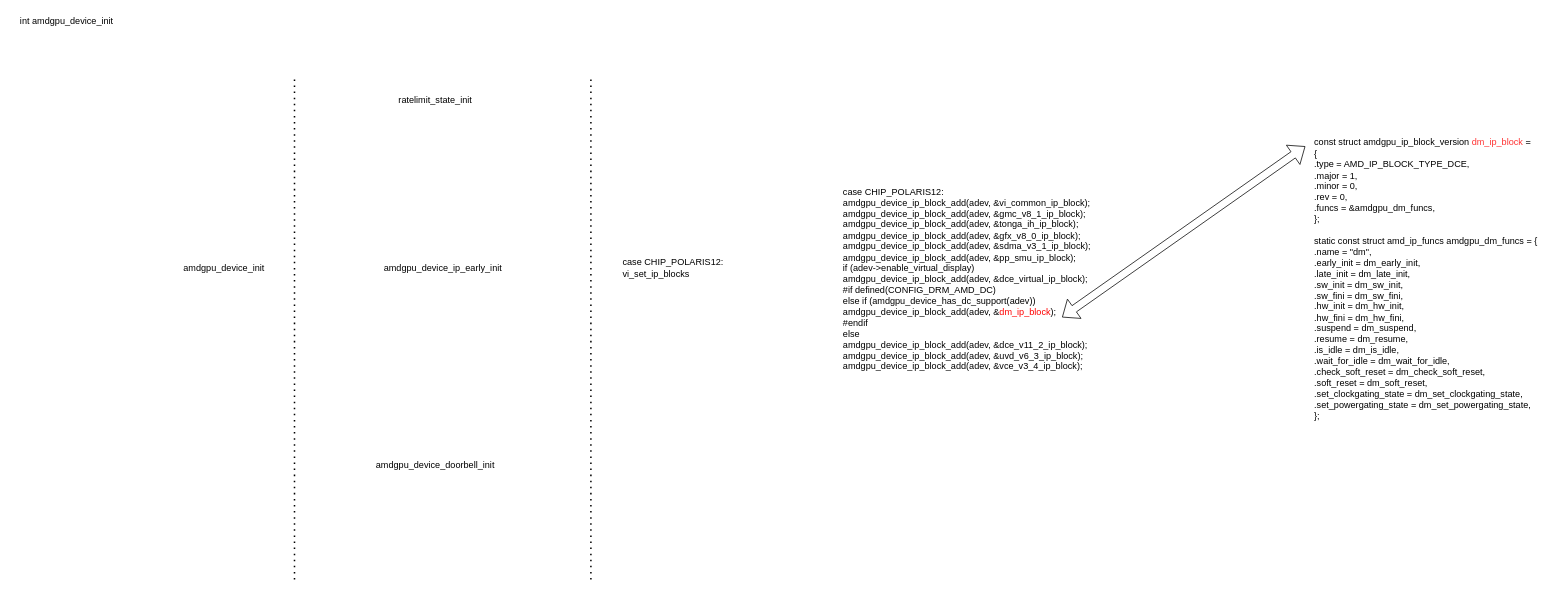
Earlier version of the draw.io diagram VGA compatible controller [0300]: Advanced Micro Devices, Inc. [AMD/ATI] Lexa PRO [Radeon 540/540X/550/550X / RX 540X/550/550X] [1002:699f] (rev c7).drawio (hongaoo/draw-io-files). Source tidied: cells renumbered, new cells numbered last; positions are measured from the earlier drawing's top-left corner, leaving out a move shared by most shapes. Both pictures are drawn from the tidied source at 76%, with x=0, y=0 at pixel (13, 13).
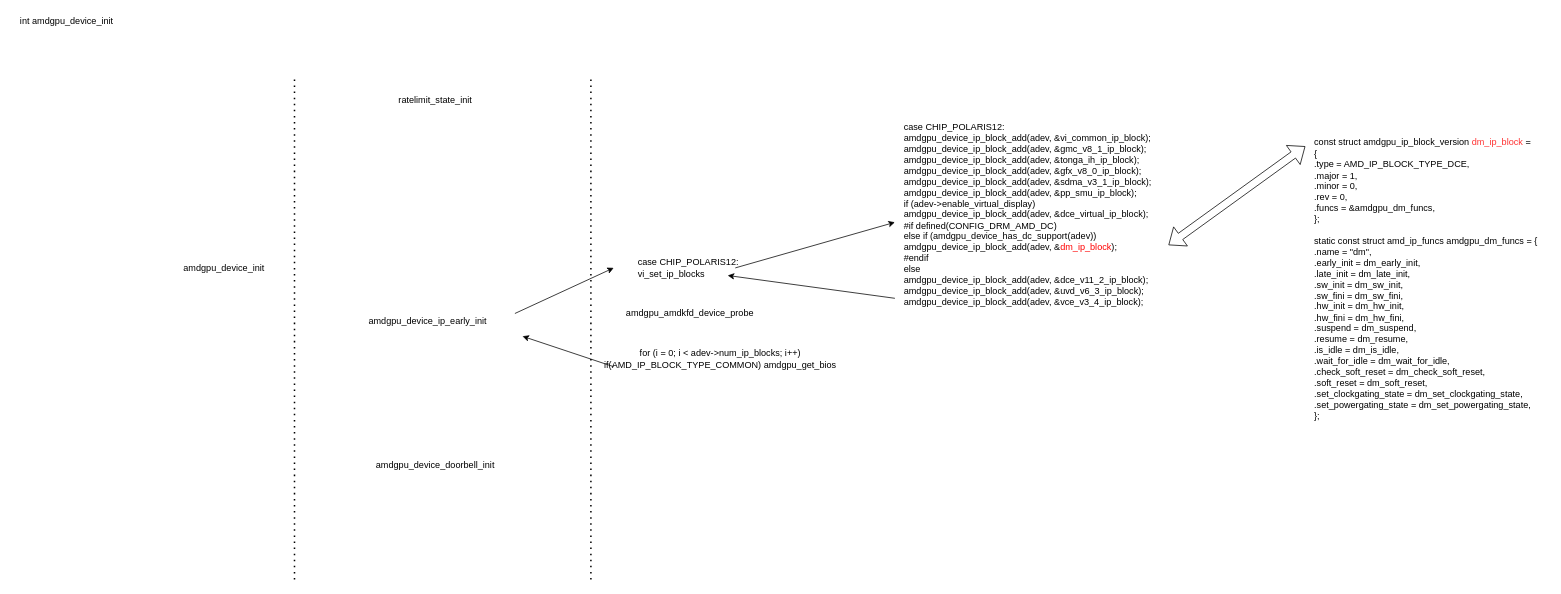
The same diagram, later.

Commit message (it also covers changes not shown here):
Update VGA compatible controller [0300]: Advanced Micro Devices, Inc. [AMD/ATI] Lexa PRO [Radeon 540/540X/550/550X / RX 540X/550/550X] [1002:699f] (rev c7).drawio

Change to the diagram source:
```diff
@@
     <mxCell id="4" value="amdgpu_device_ip_early_init" style="text;html=1;align=center;verticalAlign=middle;strokeColor=none;fillColor=none;" parent="1" vertex="1">
-      <mxGeometry x="480" y="325" width="170" height="20" as="geometry" />
+      <mxGeometry x="460" y="395" width="170" height="20" as="geometry" />
     </mxCell>
@@
     <mxCell id="7" value="case CHIP_POLARIS12:&lt;br&gt;vi_set_ip_blocks" style="text;html=1;align=left;verticalAlign=middle;strokeColor=none;fillColor=none;" parent="1" vertex="1">
-      <mxGeometry x="800" y="320" width="150" height="30" as="geometry" />
+      <mxGeometry x="820" y="320" width="150" height="30" as="geometry" />
     </mxCell>
     <mxCell id="8" value="&lt;div&gt;case CHIP_POLARIS12:&lt;br&gt;&lt;/div&gt;&lt;div&gt;&lt;span&gt;  &lt;/span&gt;amdgpu_device_ip_block_add(adev, &amp;amp;vi_common_ip_block);&lt;/div&gt;&lt;div&gt;&lt;span&gt;  &lt;/span&gt;amdgpu_device_ip_block_add(adev, &amp;amp;gmc_v8_1_ip_block);&lt;/div&gt;&lt;div&gt;&lt;span&gt;  &lt;/span&gt;amdgpu_device_ip_block_add(adev, &amp;amp;tonga_ih_ip_block);&lt;/div&gt;&lt;div&gt;&lt;span&gt;  &lt;/span&gt;amdgpu_device_ip_block_add(adev, &amp;amp;gfx_v8_0_ip_block);&lt;/div&gt;&lt;div&gt;&lt;span&gt;  &lt;/span&gt;amdgpu_device_ip_block_add(adev, &amp;amp;sdma_v3_1_ip_block);&lt;/div&gt;&lt;div&gt;&lt;span&gt;  &lt;/span&gt;amdgpu_device_ip_block_add(adev, &amp;amp;pp_smu_ip_block);&lt;/div&gt;&lt;div&gt;&lt;span&gt;  &lt;/span&gt;if (adev-&amp;gt;enable_virtual_display)&lt;/div&gt;&lt;div&gt;&lt;span&gt;   &lt;/span&gt;amdgpu_device_ip_block_add(adev, &amp;amp;dce_virtual_ip_block);&lt;/div&gt;&lt;div&gt;#if defined(CONFIG_DRM_AMD_DC)&lt;/div&gt;&lt;div&gt;&lt;span&gt;  &lt;/span&gt;else if (amdgpu_device_has_dc_support(adev))&lt;/div&gt;&lt;div&gt;&lt;span&gt;   &lt;/span&gt;amdgpu_device_ip_block_add(adev, &amp;amp;&lt;font color=&quot;#ff0000&quot;&gt;dm_ip_block&lt;/font&gt;);&lt;/div&gt;&lt;div&gt;#endif&lt;/div&gt;&lt;div&gt;&lt;span&gt;  &lt;/span&gt;else&lt;/div&gt;&lt;div&gt;&lt;span&gt;   &lt;/span&gt;amdgpu_device_ip_block_add(adev, &amp;amp;dce_v11_2_ip_block);&lt;/div&gt;&lt;div&gt;&lt;span&gt;  &lt;/span&gt;amdgpu_device_ip_block_add(adev, &amp;amp;uvd_v6_3_ip_block);&lt;/div&gt;&lt;div&gt;&lt;span&gt;  &lt;/span&gt;amdgpu_device_ip_block_add(adev, &amp;amp;vce_v3_4_ip_block);&lt;/div&gt;" style="text;html=1;align=left;verticalAlign=middle;strokeColor=none;fillColor=none;" parent="1" vertex="1">
-      <mxGeometry x="1090" y="230" width="340" height="240" as="geometry" />
+      <mxGeometry x="1170" y="145" width="340" height="240" as="geometry" />
     </mxCell>
@@
     <mxCell id="12" style="shape=flexArrow;endArrow=classic;startArrow=classic;html=1;rounded=0;fontColor=#FF3333;" parent="1" edge="1">
       <mxGeometry relative="1" as="geometry">
-        <mxPoint x="1380" y="400" as="sourcePoint" />
+        <mxPoint x="1520" y="305" as="sourcePoint" />
         <mxPoint x="1700" y="175" as="targetPoint" />
       </mxGeometry>
     </mxCell>
+    <mxCell id="13" style="endArrow=classic;html=1;rounded=0;fontColor=#FF3333;" parent="1" edge="1">
+      <mxGeometry relative="1" as="geometry">
+        <mxPoint x="660" y="395" as="sourcePoint" />
+        <mxPoint x="790" y="335" as="targetPoint" />
+      </mxGeometry>
+    </mxCell>
+    <mxCell id="14" value="amdgpu_amdkfd_device_probe" style="text;html=1;align=center;verticalAlign=middle;strokeColor=none;fillColor=none;fontColor=#000000;" parent="1" vertex="1">
+      <mxGeometry x="800" y="385" width="180" height="20" as="geometry" />
+    </mxCell>
+    <mxCell id="15" value="for (i = 0; i &amp;lt; adev-&amp;gt;num_ip_blocks; i++)&lt;br&gt;if(AMD_IP_BLOCK_TYPE_COMMON) amdgpu_get_bios" style="text;html=1;align=center;verticalAlign=middle;strokeColor=none;fillColor=none;fontColor=#000000;" parent="1" vertex="1">
+      <mxGeometry x="770" y="439.5" width="320" height="30" as="geometry" />
+    </mxCell>
+    <mxCell id="16" style="endArrow=classic;html=1;rounded=0;fontColor=#FF3333;" parent="1" edge="1">
+      <mxGeometry relative="1" as="geometry">
+        <mxPoint x="950" y="335" as="sourcePoint" />
+        <mxPoint x="1160" y="275" as="targetPoint" />
+      </mxGeometry>
+    </mxCell>
+    <mxCell id="17" style="endArrow=classic;html=1;rounded=0;fontColor=#FF3333;" parent="1" edge="1">
+      <mxGeometry relative="1" as="geometry">
+        <mxPoint x="790" y="465" as="sourcePoint" />
+        <mxPoint x="670" y="425" as="targetPoint" />
+        <Array as="points">
+          <mxPoint x="730" y="445" />
+        </Array>
+      </mxGeometry>
+    </mxCell>
+    <mxCell id="18" style="endArrow=classic;html=1;rounded=0;fontColor=#FF3333;" parent="1" edge="1">
+      <mxGeometry relative="1" as="geometry">
+        <mxPoint x="1160" y="375" as="sourcePoint" />
+        <mxPoint x="940" y="345" as="targetPoint" />
+      </mxGeometry>
+    </mxCell>
```
